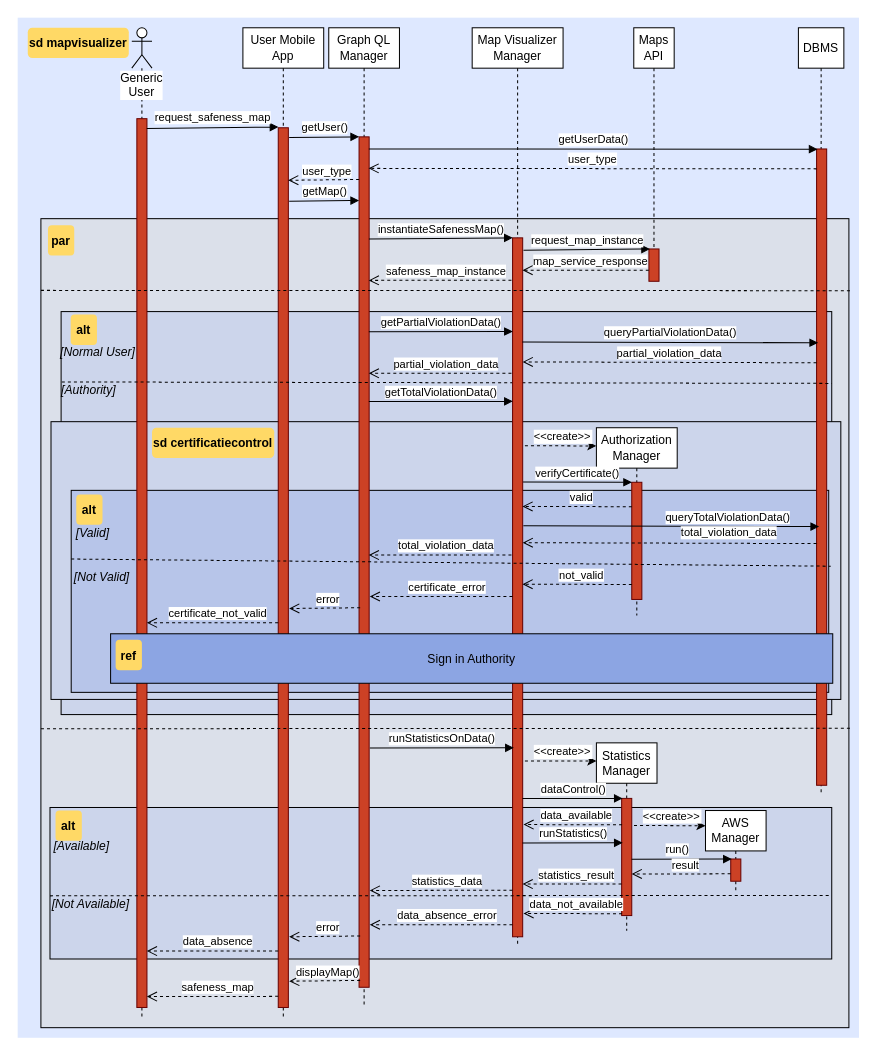
Earlier version of the draw.io diagram page "map visualizer" (4 of 7) of DD/sequence diagrams.drawio (comidan/SafeStreets). Source tidied: cells renumbered, new cells numbered last; positions are measured from the earlier drawing's top-left corner, leaving out a move shared by most shapes. Both pictures are drawn from the tidied source at 101%, with x=0, y=0 at pixel (17, 17).
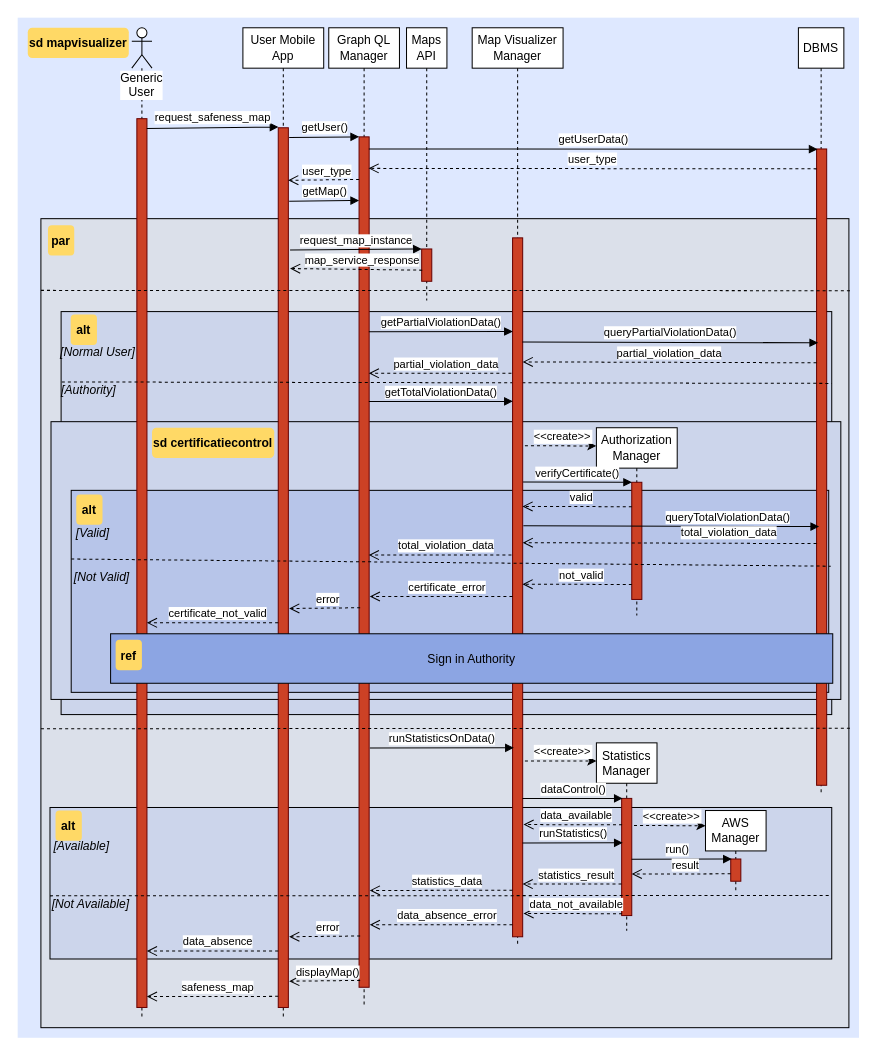
Above is the later version.

Unchanged cells that the change refers to:
```xml
<mxCell id="14" style="fillColor=#CC4125;strokeColor=#660000;" parent="13" vertex="1">
  <mxGeometry x="35" y="99" width="10" height="871" as="geometry" />
</mxCell>
<mxCell id="36" style="fillColor=#CC4125;strokeColor=#660000;" parent="35" vertex="1">
  <mxGeometry x="15" y="219" width="10" height="32" as="geometry" />
</mxCell>
```

What changed in the source:
```diff
@@
-    <mxCell id="27" value="instantiateSafenessMap()" style="html=1;verticalAlign=bottom;endArrow=block;exitX=0.976;exitY=0.021;exitDx=0;exitDy=0;exitPerimeter=0;entryX=0.011;entryY=0.002;entryDx=0;entryDy=0;entryPerimeter=0;" parent="1" edge="1">
-      <mxGeometry relative="1" as="geometry">
-        <mxPoint x="347.8" y="219.2" as="sourcePoint" />
-        <mxPoint x="490.1" y="218" as="targetPoint" />
-      </mxGeometry>
-    </mxCell>
@@
     <mxCell id="35" value="Maps API" style="shape=umlLifeline;perimeter=lifelinePerimeter;whiteSpace=wrap;html=1;" parent="1" vertex="1">
-      <mxGeometry x="610" y="10" width="40" height="220" as="geometry" />
+      <mxGeometry x="385" y="10" width="40" height="270" as="geometry" />
     </mxCell>
@@
-    <mxCell id="37" value="request_map_instance" style="html=1;verticalAlign=bottom;endArrow=block;exitX=0.976;exitY=0.021;exitDx=0;exitDy=0;exitPerimeter=0;" parent="1" edge="1">
-      <mxGeometry relative="1" as="geometry">
-        <mxPoint x="500.8" y="230.2" as="sourcePoint" />
-        <mxPoint x="626" y="229" as="targetPoint" />
-      </mxGeometry>
+    <mxCell id="37" value="request_map_instance" style="html=1;verticalAlign=bottom;endArrow=block;exitX=1.167;exitY=0.139;exitDx=0;exitDy=0;exitPerimeter=0;entryX=0.008;entryY=0.001;entryDx=0;entryDy=0;entryPerimeter=0;" parent="1" edge="1" source="14" target="36">
+      <mxGeometry relative="1" as="geometry" />
     </mxCell>
-    <mxCell id="38" value="map_service_response" style="html=1;verticalAlign=bottom;endArrow=open;dashed=1;endSize=8;entryX=0.984;entryY=0.067;entryDx=0;entryDy=0;entryPerimeter=0;exitX=-0.007;exitY=0.524;exitDx=0;exitDy=0;exitPerimeter=0;" parent="1" edge="1">
-      <mxGeometry x="-0.08" relative="1" as="geometry">
-        <mxPoint x="624.9" y="250" as="sourcePoint" />
-        <mxPoint x="499.8" y="250" as="targetPoint" />
-      </mxGeometry>
+    <mxCell id="38" value="map_service_response" style="html=1;verticalAlign=bottom;endArrow=open;dashed=1;endSize=8;entryX=1.167;entryY=0.16;entryDx=0;entryDy=0;entryPerimeter=0;exitX=0.057;exitY=0.656;exitDx=0;exitDy=0;exitPerimeter=0;" parent="1" edge="1" source="36" target="14">
+      <mxGeometry x="-0.08" relative="1" as="geometry" />
     </mxCell>
@@
-    <mxCell id="40" value="safeness_map_instance" style="html=1;verticalAlign=bottom;endArrow=open;dashed=1;endSize=8;entryX=0.961;entryY=0.332;entryDx=0;entryDy=0;entryPerimeter=0;exitX=-0.007;exitY=0.524;exitDx=0;exitDy=0;exitPerimeter=0;" parent="1" edge="1">
-      <mxGeometry x="-0.08" relative="1" as="geometry">
-        <mxPoint x="488.9" y="260" as="sourcePoint" />
-        <mxPoint x="347.6" y="260.1" as="targetPoint" />
-      </mxGeometry>
-    </mxCell>
```
